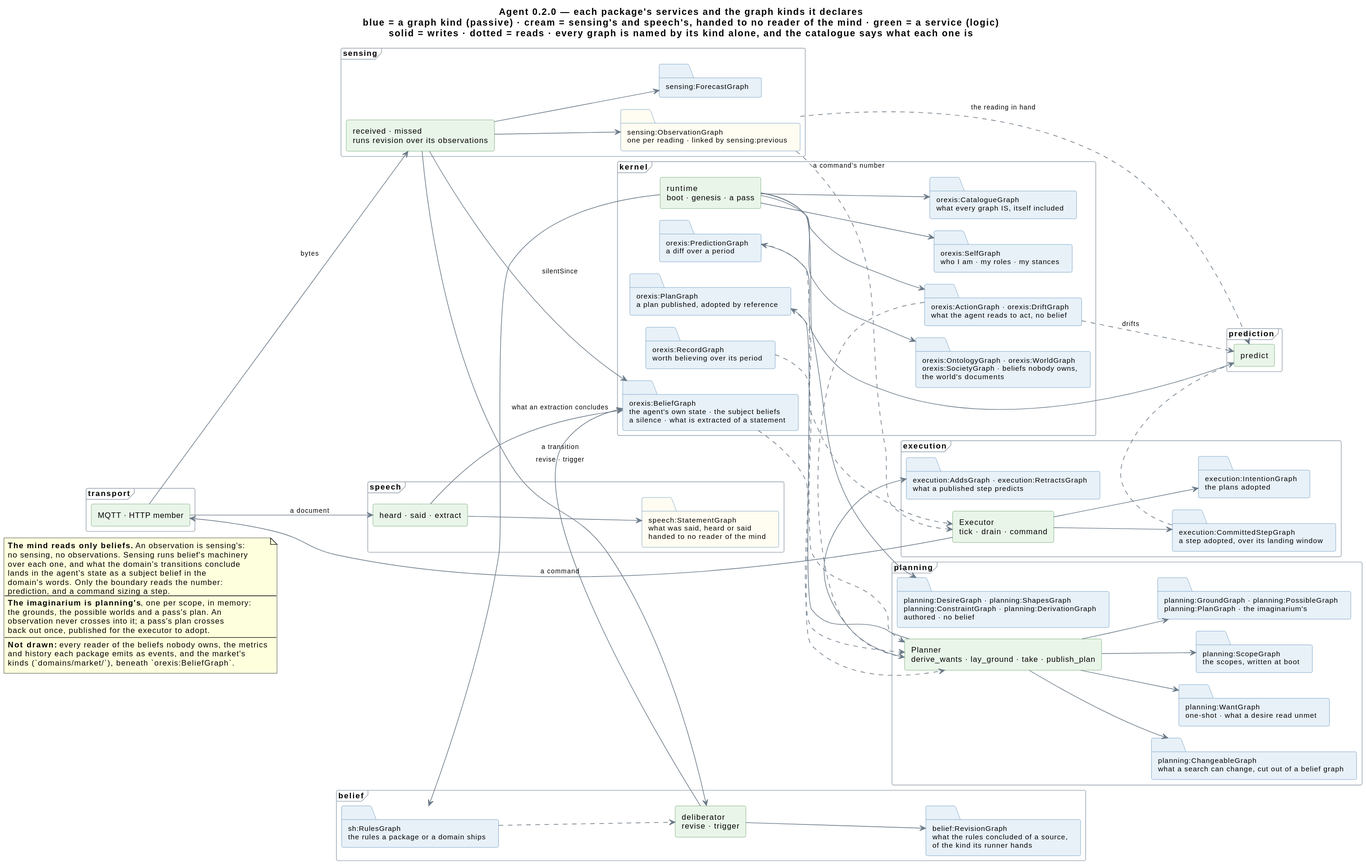
Earlier version of the PlantUML export knowledge/diagrams/agent-structure.svg (ShishkinDmitriy/orexis).
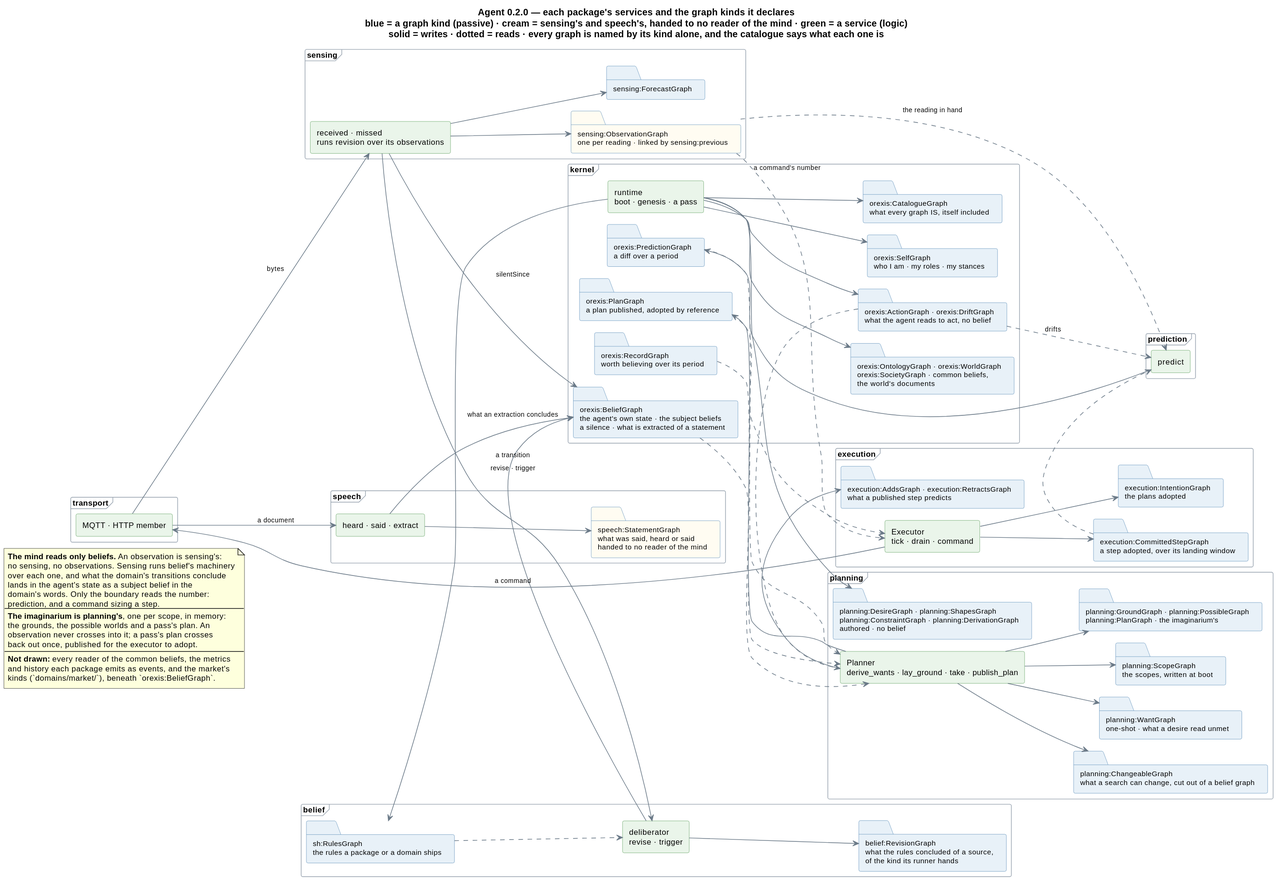
The same diagram one commit later.

Change to the diagram source:
```diff
@@ -47,7 +47,7 @@
 frame "kernel" {
   component "runtime\nboot · genesis · a pass" as RT
   folder "orexis:CatalogueGraph\nwhat every graph IS, itself included" as cat
-  folder "orexis:OntologyGraph · orexis:WorldGraph\norexis:SocietyGraph · beliefs nobody owns,\nthe world's documents" as pub
+  folder "orexis:OntologyGraph · orexis:WorldGraph\norexis:SocietyGraph · common beliefs,\nthe world's documents" as pub
   folder "orexis:ActionGraph · orexis:DriftGraph\nwhat the agent reads to act, no belief" as acts
   folder "orexis:SelfGraph\nwho I am · my roles · my stances" as self
   folder "orexis:BeliefGraph\nthe agent's own state · the subject beliefs\na silence · what is extracted of a statement" as st
@@ -129,7 +129,7 @@
   observation never crosses into it; a pass's plan crosses
   back out once, published for the executor to adopt.
   ----
-  **Not drawn:** every reader of the beliefs nobody owns, the metrics
+  **Not drawn:** every reader of the common beliefs, the metrics
   and history each package emits as events, and the market's
   kinds (`domains/market/`), beneath `orexis:BeliefGraph`.
 end note
```
